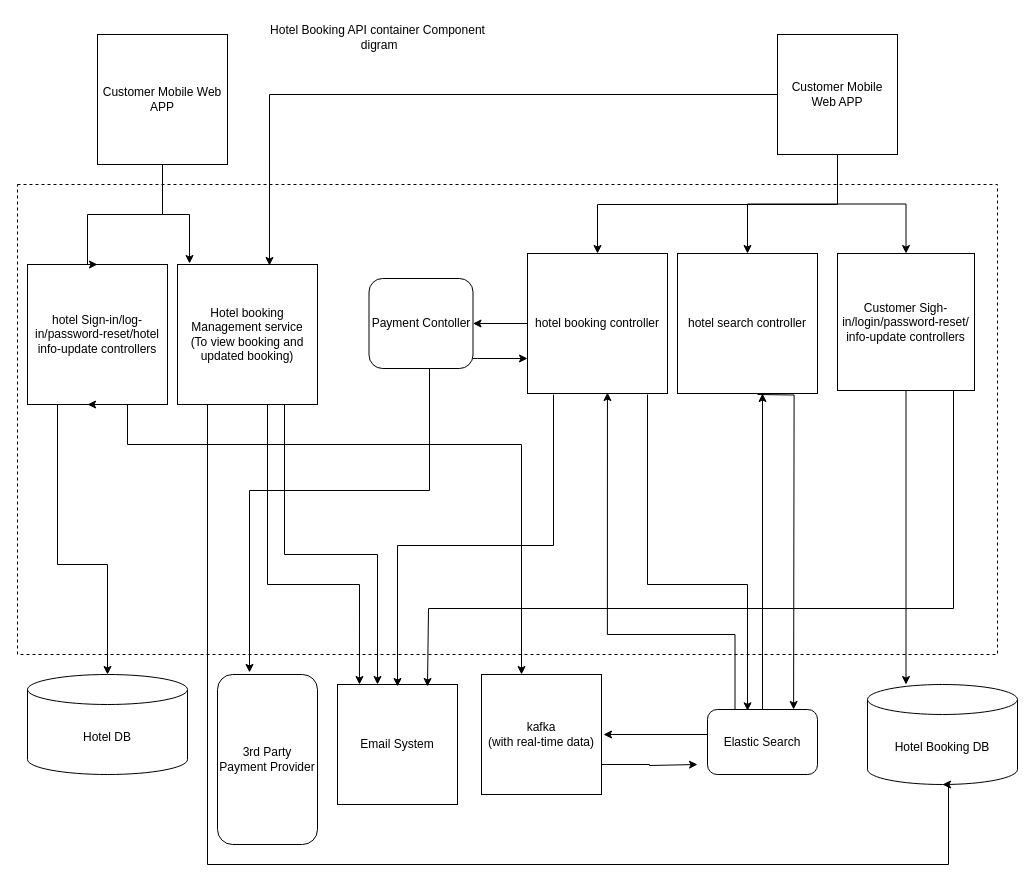
The draw.io diagram Untitled Diagram.drawio in yassh88/ts, before the edit. Source tidied: cells renumbered, new cells numbered last; positions are measured from the earlier drawing's top-left corner, leaving out a move shared by most shapes. Both pictures are drawn from the tidied source at 100%, with x=0, y=0 at pixel (17, 17).
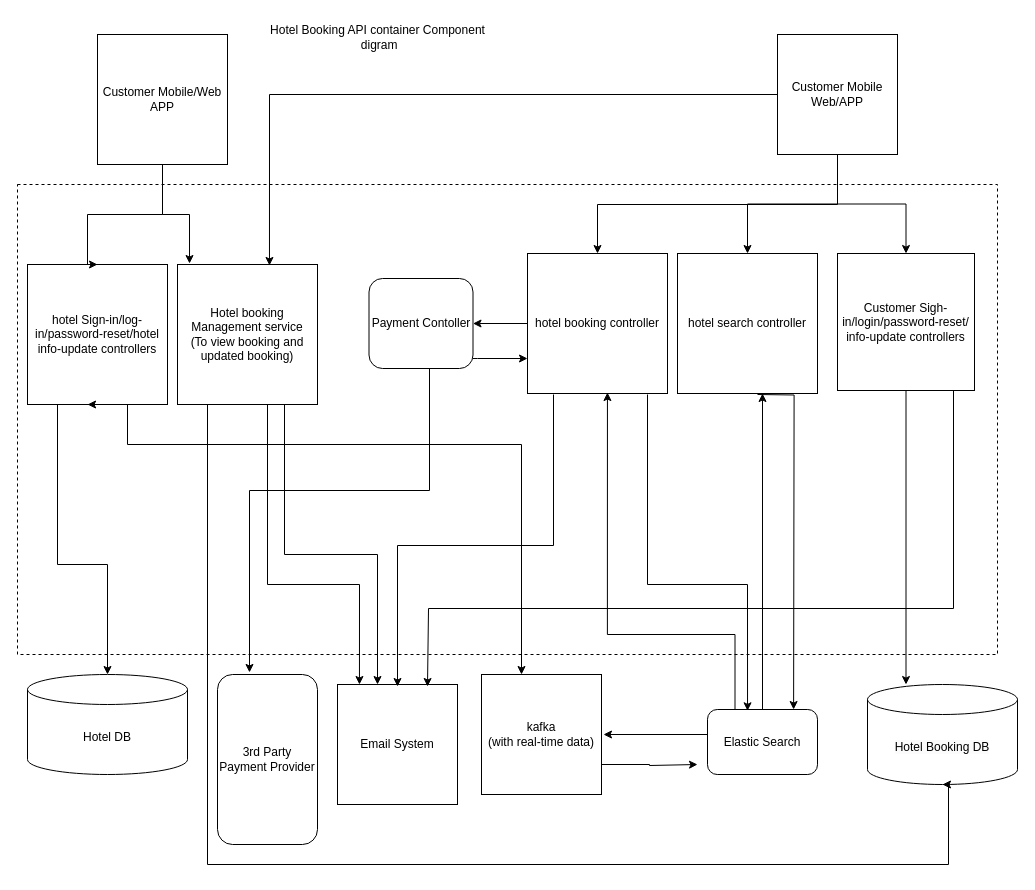
Above is the later version.

The edit, as a diff of the source:
```diff
@@
-    <mxCell id="18" value="Customer Mobile Web APP" style="whiteSpace=wrap;html=1;" parent="1" vertex="1">
+    <mxCell id="18" value="Customer Mobile/Web APP" style="whiteSpace=wrap;html=1;" parent="1" vertex="1">
       <mxGeometry x="80" y="17" width="130" height="130" as="geometry" />
     </mxCell>
@@
-    <mxCell id="21" value="Customer Mobile Web APP" style="whiteSpace=wrap;html=1;" parent="1" vertex="1">
+    <mxCell id="21" value="Customer Mobile Web/APP" style="whiteSpace=wrap;html=1;" parent="1" vertex="1">
       <mxGeometry x="760" y="17" width="120" height="120" as="geometry" />
     </mxCell>
```
